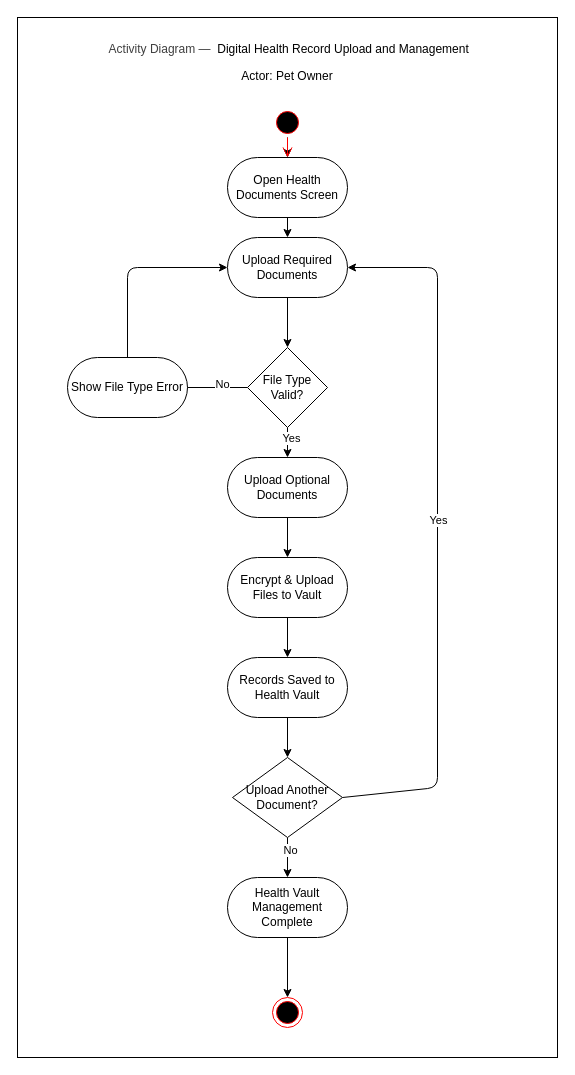
This is ActivityDiagram_Figure4_USALLA.drawio from Chels013/Breedr-Diagrams, a draw.io file, before an edit. Source tidied: cells renumbered, new cells numbered last; positions are measured from the earlier drawing's top-left corner, leaving out a move shared by most shapes. Both pictures are drawn from the tidied source at 100%, with x=0, y=0 at pixel (17, 17).
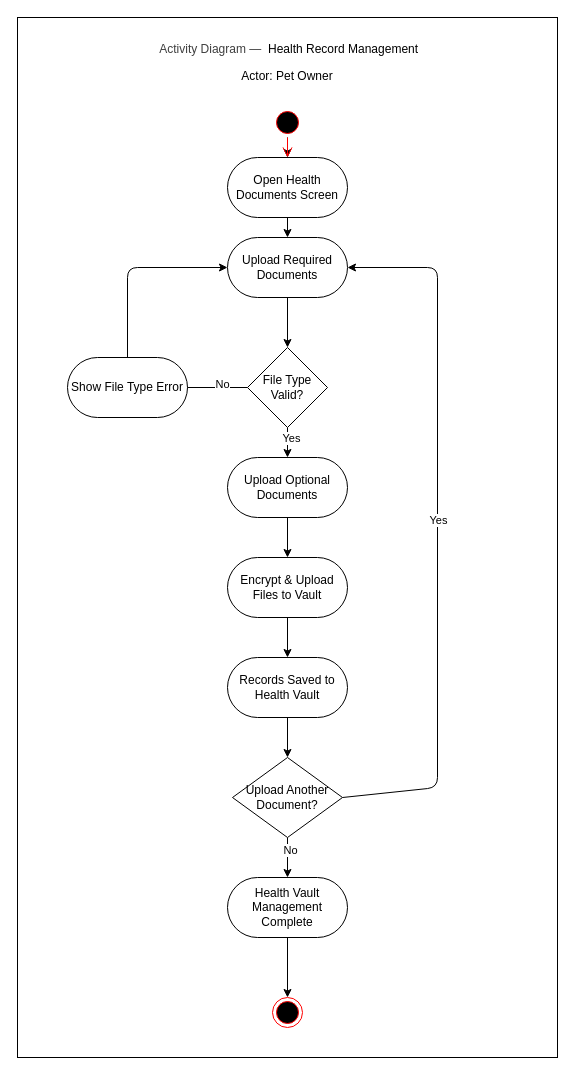
The same diagram, later.

Commit message (it also covers changes not shown here):
Rename Activity Diagrams

What changed in the source:
```diff
@@
-    <mxCell id="3" value="&lt;p&gt;&lt;span style=&quot;color: rgb(63, 63, 63); background-color: transparent;&quot;&gt;&amp;nbsp;Activity Diagram —&lt;/span&gt;&lt;span style=&quot;color: rgb(63, 63, 63); background-color: transparent;&quot;&gt;&amp;nbsp;&lt;/span&gt;&amp;nbsp;Digital Health Record Upload and Management&lt;/p&gt;&lt;p&gt;Actor: Pet Owner&lt;/p&gt;" style="text;html=1;align=center;verticalAlign=middle;whiteSpace=wrap;rounded=0;" parent="1" vertex="1">
+    <mxCell id="3" value="&lt;p&gt;&lt;span style=&quot;color: rgb(63, 63, 63); background-color: transparent;&quot;&gt;&amp;nbsp;Activity Diagram —&lt;/span&gt;&lt;span style=&quot;color: rgb(63, 63, 63); background-color: transparent;&quot;&gt;&amp;nbsp;&lt;/span&gt;&amp;nbsp;Health Record Management&lt;/p&gt;&lt;p&gt;Actor: Pet Owner&lt;/p&gt;" style="text;html=1;align=center;verticalAlign=middle;whiteSpace=wrap;rounded=0;" parent="1" vertex="1">
       <mxGeometry x="75" y="30" width="390" height="30" as="geometry" />
     </mxCell>
```
